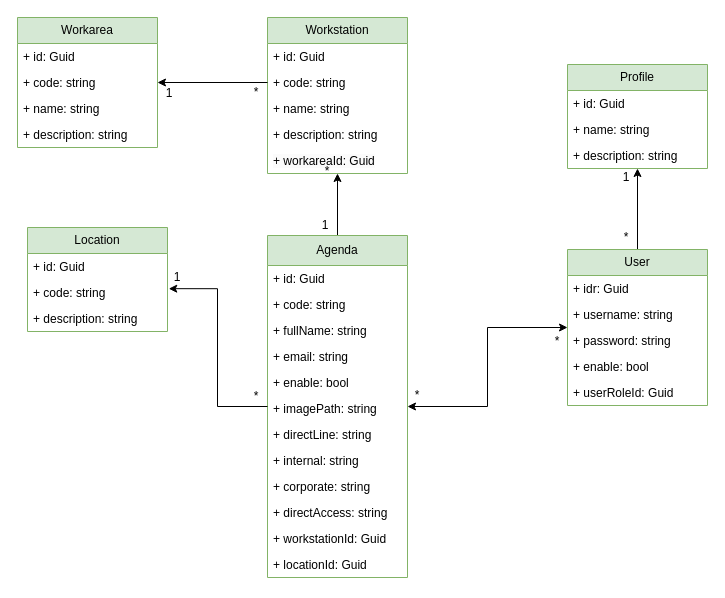
The draw.io diagram src/MiasoftNanus.PhoneBook.Domain/PhoneBookModel.drawio in mabalderramav/MiasoftNanusPhoneBook, before the edit. Source tidied: cells renumbered, new cells numbered last; positions are measured from the earlier drawing's top-left corner, leaving out a move shared by most shapes. Both pictures are drawn from the tidied source at 100%, with x=0, y=0 at pixel (17, 17).
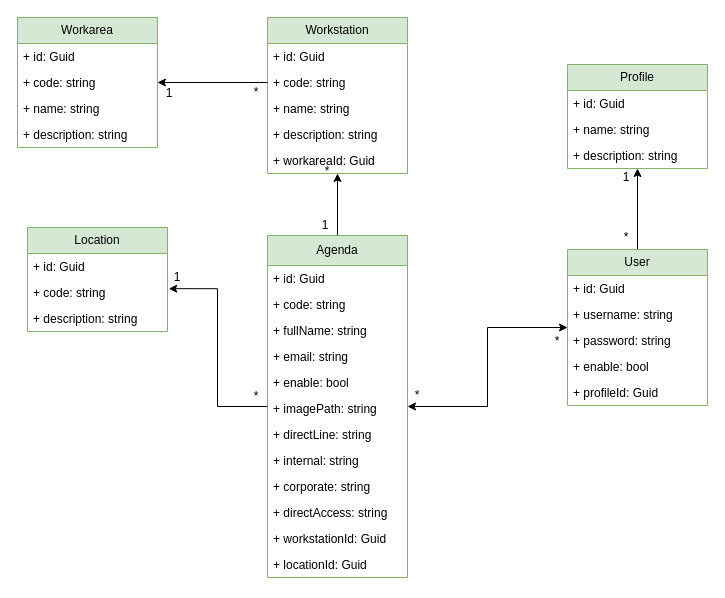
After the change.

Unchanged cells that the change refers to:
```xml
<mxCell id="34" value="User" style="swimlane;fontStyle=0;horizontal=1;startSize=26;fillColor=#d5e8d4;whiteSpace=wrap;html=1;strokeColor=#82b366;" parent="1" vertex="1">
  <mxGeometry x="550" y="232" width="140" height="156" as="geometry" />
</mxCell>
```

Change to the diagram source:
```diff
@@
-    <mxCell id="35" value="+ idr: Guid" style="text;strokeColor=none;fillColor=none;align=left;verticalAlign=top;spacingLeft=4;spacingRight=4;overflow=hidden;whiteSpace=wrap;html=1;" parent="34" vertex="1">
+    <mxCell id="35" value="+ id: Guid" style="text;strokeColor=none;fillColor=none;align=left;verticalAlign=top;spacingLeft=4;spacingRight=4;overflow=hidden;whiteSpace=wrap;html=1;" parent="34" vertex="1">
       <mxGeometry y="26" width="140" height="26" as="geometry" />
     </mxCell>
@@
-    <mxCell id="39" value="+ userRoleId: Guid" style="text;strokeColor=none;fillColor=none;align=left;verticalAlign=top;spacingLeft=4;spacingRight=4;overflow=hidden;whiteSpace=wrap;html=1;" parent="34" vertex="1">
+    <mxCell id="39" value="+ profileId: Guid" style="text;strokeColor=none;fillColor=none;align=left;verticalAlign=top;spacingLeft=4;spacingRight=4;overflow=hidden;whiteSpace=wrap;html=1;" parent="34" vertex="1">
       <mxGeometry y="130" width="140" height="26" as="geometry" />
     </mxCell>
```
